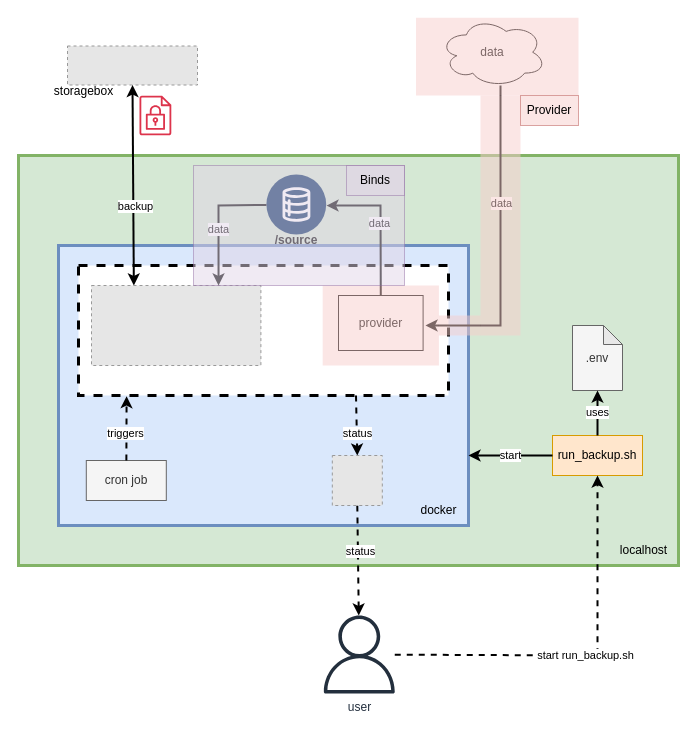
Before: resources/backup_overview.drawio in realAP/backup, a draw.io diagram. Source tidied: cells renumbered, new cells numbered last; positions are measured from the earlier drawing's top-left corner, leaving out a move shared by most shapes. Both pictures are drawn from the tidied source at 100%, with x=0, y=0 at pixel (18, 17). Pictures stored in the file or linked from it are replaced by grey dashed boxes.
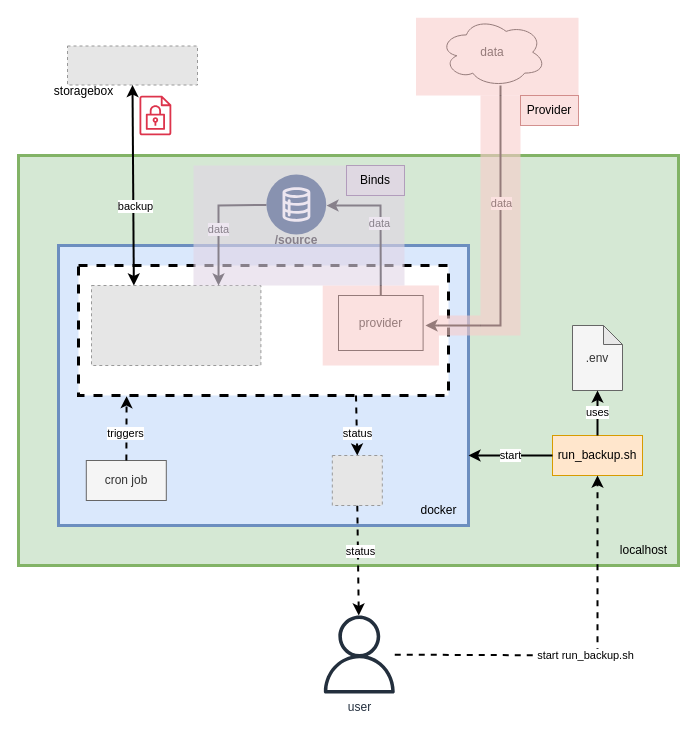
The same diagram, later.

Change to the diagram source:
```diff
@@
-    <mxCell id="38" style="rounded=0;whiteSpace=wrap;html=1;fillOpacity=100;strokeColor=none;opacity=50;fillColor=#f8cecc;" parent="1" vertex="1">
+    <mxCell id="38" style="rounded=0;whiteSpace=wrap;html=1;fillOpacity=100;strokeColor=none;opacity=60;fillColor=#f8cecc;" parent="1" vertex="1">
       <mxGeometry x="462" y="78" width="40" height="240" as="geometry" />
     </mxCell>
-    <mxCell id="39" style="rounded=0;whiteSpace=wrap;html=1;fillOpacity=100;strokeColor=none;opacity=50;fillColor=#f8cecc;" parent="1" vertex="1">
+    <mxCell id="39" style="rounded=0;whiteSpace=wrap;html=1;fillOpacity=100;strokeColor=none;opacity=60;fillColor=#f8cecc;shadow=0;glass=0;" parent="1" vertex="1">
       <mxGeometry x="397.5" y="0.3" width="162.5" height="77.7" as="geometry" />
     </mxCell>
-    <mxCell id="40" style="rounded=0;whiteSpace=wrap;html=1;fillOpacity=100;strokeColor=none;opacity=50;fillColor=#f8cecc;" parent="1" vertex="1">
+    <mxCell id="40" style="rounded=0;whiteSpace=wrap;html=1;fillOpacity=100;strokeColor=none;fillColor=#f8cecc;shadow=0;opacity=60;" parent="1" vertex="1">
       <mxGeometry x="304.2" y="268" width="116.2" height="80" as="geometry" />
     </mxCell>
-    <mxCell id="41" style="rounded=0;whiteSpace=wrap;html=1;fillOpacity=100;strokeColor=none;opacity=50;fillColor=#f8cecc;" parent="1" vertex="1">
+    <mxCell id="41" style="rounded=0;whiteSpace=wrap;html=1;fillOpacity=100;strokeColor=none;opacity=60;fillColor=#f8cecc;" parent="1" vertex="1">
       <mxGeometry x="420.4" y="298" width="41.7" height="20" as="geometry" />
     </mxCell>
-    <mxCell id="42" style="rounded=0;whiteSpace=wrap;html=1;fillOpacity=100;strokeColor=#9673a6;opacity=50;fillColor=#e1d5e7;" parent="1" vertex="1">
+    <mxCell id="42" style="rounded=0;whiteSpace=wrap;html=1;fillOpacity=100;strokeColor=none;fillColor=#e1d5e7;opacity=60;" parent="1" vertex="1">
       <mxGeometry x="175" y="148" width="211" height="120" as="geometry" />
     </mxCell>
-    <mxCell id="43" value="Binds" style="text;html=1;strokeColor=#9673a6;fillColor=#e1d5e7;align=center;verticalAlign=middle;whiteSpace=wrap;rounded=0;opacity=50;" parent="1" vertex="1">
+    <mxCell id="43" value="Binds" style="text;html=1;strokeColor=#9673a6;fillColor=#e1d5e7;align=center;verticalAlign=middle;whiteSpace=wrap;rounded=0;opacity=60;" parent="1" vertex="1">
       <mxGeometry x="328" y="148" width="58" height="30" as="geometry" />
     </mxCell>
-    <mxCell id="44" value="Provider" style="text;html=1;strokeColor=#b85450;fillColor=#f8cecc;align=center;verticalAlign=middle;whiteSpace=wrap;rounded=0;opacity=50;" parent="1" vertex="1">
+    <mxCell id="44" value="Provider" style="text;html=1;strokeColor=#b85450;fillColor=#f8cecc;align=center;verticalAlign=middle;whiteSpace=wrap;rounded=0;opacity=60;" parent="1" vertex="1">
       <mxGeometry x="502" y="78" width="58" height="30" as="geometry" />
     </mxCell>
```
